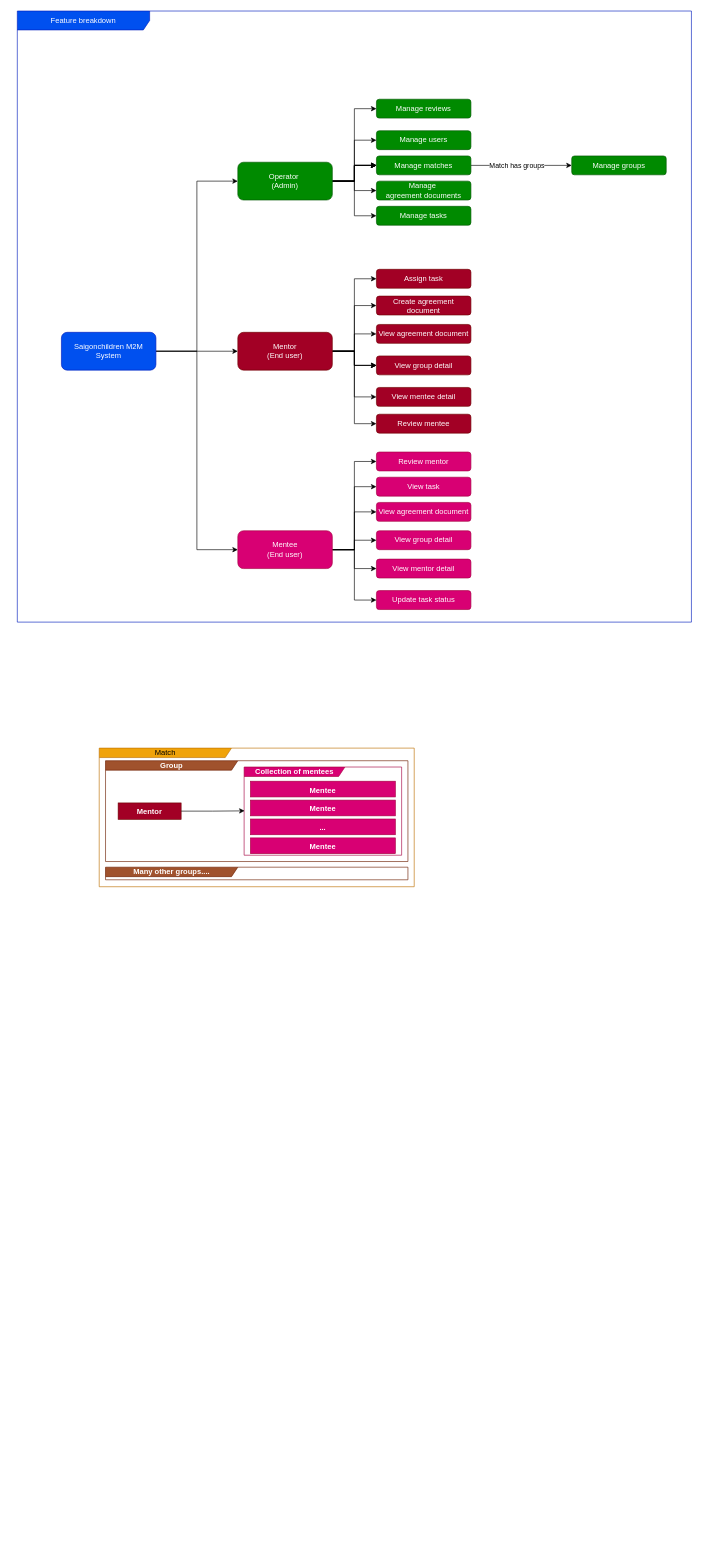
Above: docs/scc_feature_breakdown.drawio in scc-big-buddy-liltle-buddy/documentation (draw.io), before the change. Source tidied: cells renumbered, new cells numbered last; positions are measured from the earlier drawing's top-left corner, leaving out a move shared by most shapes. Both pictures are drawn from the tidied source at 63%, with x=0, y=0 at pixel (17, 11).
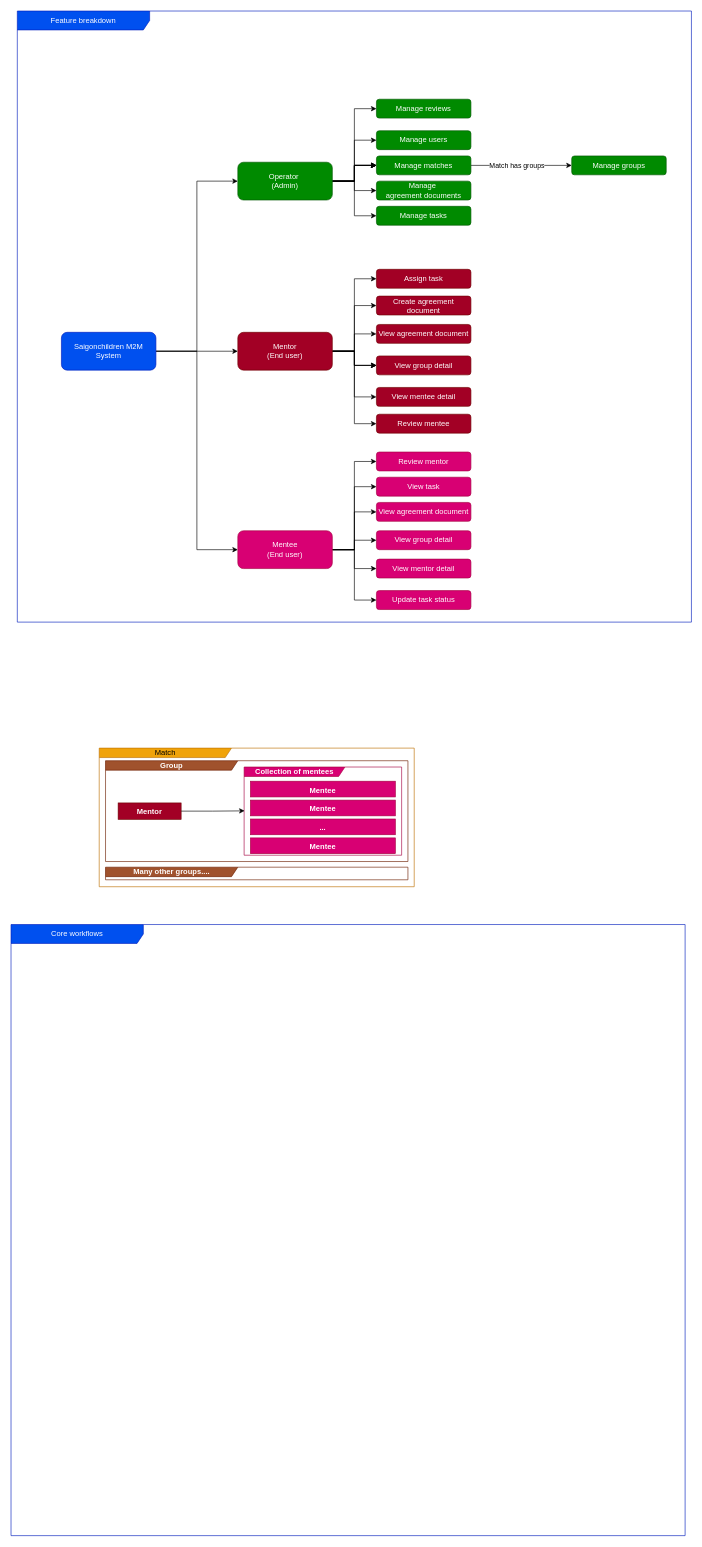
The same page after the edit.

Diff of the diagram source:
```diff
@@
+    <mxCell id="64" value="Core workflows" style="shape=umlFrame;whiteSpace=wrap;html=1;width=210;height=30;fillColor=#0050ef;fontColor=#ffffff;strokeColor=#001DBC;" parent="1" vertex="1">
+      <mxGeometry x="-10" y="1450" width="1070" height="970" as="geometry" />
+    </mxCell>
```
